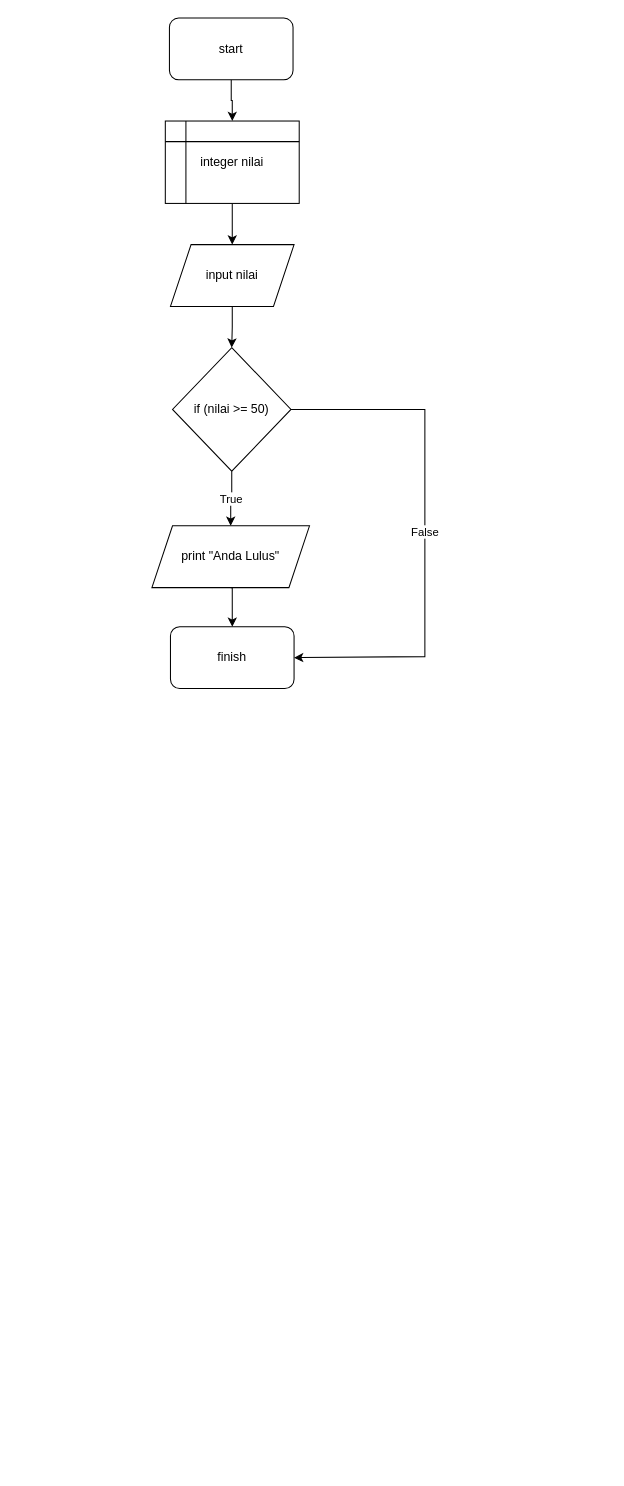
Above: ifMajemuk.drawio in rizalfadhlan/rizalfadhlan (draw.io), before the change. Source tidied: cells renumbered, new cells numbered last; positions are measured from the earlier drawing's top-left corner, leaving out a move shared by most shapes. Both pictures are drawn from the tidied source at 103%, with x=0, y=0 at pixel (151, 18).
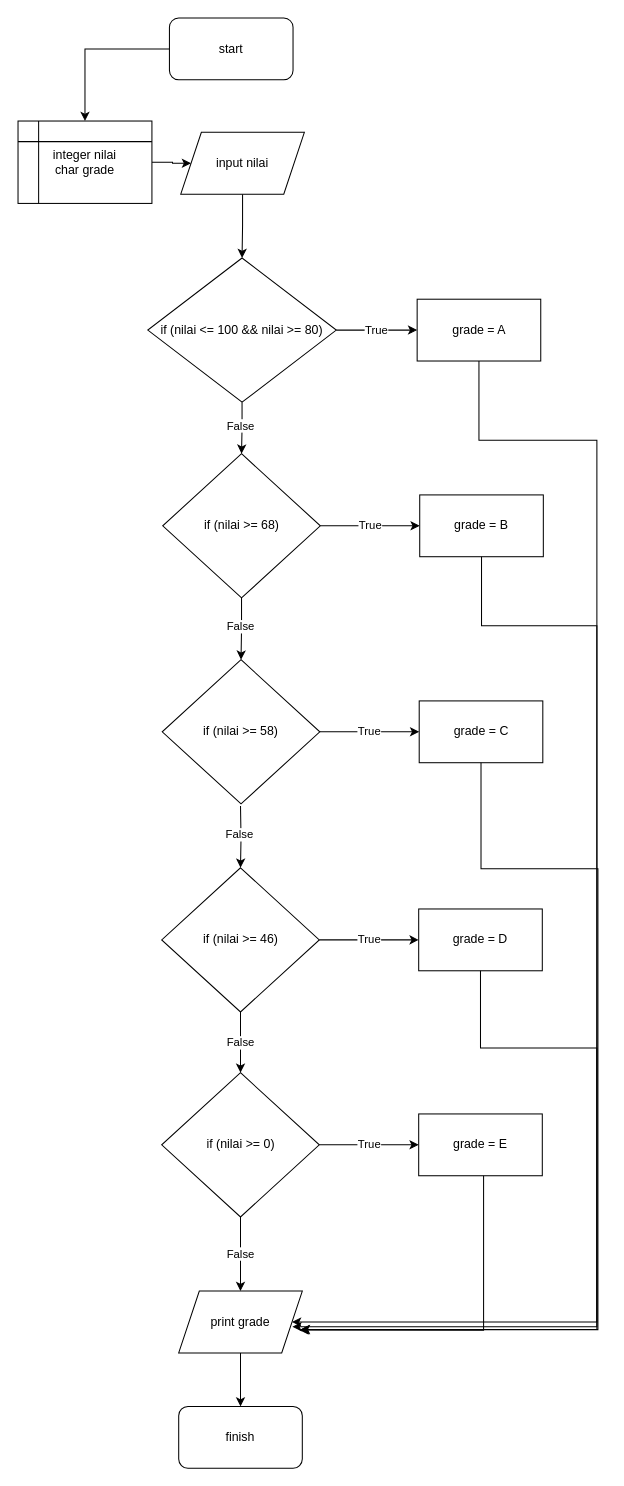
The same diagram, later.

The edit, as a diff of the source:
```diff
@@
     <mxCell id="4" value="finish" style="rounded=1;whiteSpace=wrap;html=1;" parent="1" vertex="1">
-      <mxGeometry x="18" y="591" width="120" height="60" as="geometry" />
+      <mxGeometry x="26" y="1348" width="120" height="60" as="geometry" />
     </mxCell>
@@
     <mxCell id="6" value="input nilai" style="shape=parallelogram;perimeter=parallelogramPerimeter;whiteSpace=wrap;html=1;fixedSize=1;" parent="1" vertex="1">
-      <mxGeometry x="18" y="220" width="120" height="60" as="geometry" />
+      <mxGeometry x="28" y="111" width="120" height="60" as="geometry" />
     </mxCell>
@@
-    <mxCell id="8" value="integer nilai" style="shape=internalStorage;whiteSpace=wrap;html=1;backgroundOutline=1;" parent="1" vertex="1">
-      <mxGeometry x="13" y="100" width="130" height="80" as="geometry" />
+    <mxCell id="8" value="integer nilai&lt;br&gt;char grade" style="shape=internalStorage;whiteSpace=wrap;html=1;backgroundOutline=1;" parent="1" vertex="1">
+      <mxGeometry x="-130" y="100" width="130" height="80" as="geometry" />
     </mxCell>
-    <mxCell id="9" value="False" style="edgeStyle=orthogonalEdgeStyle;rounded=0;jettySize=auto;html=1;exitX=1;exitY=0.5;exitDx=0;exitDy=0;entryX=1;entryY=0.5;entryDx=0;entryDy=0;" parent="1" edge="1" source="11" target="4">
-      <mxGeometry relative="1" as="geometry">
-        <Array as="points">
-          <mxPoint x="265" y="380" />
-          <mxPoint x="265" y="620" />
-          <mxPoint x="138" y="620" />
-        </Array>
-      </mxGeometry>
-    </mxCell>
-    <mxCell id="10" value="True" style="edgeStyle=orthogonalEdgeStyle;rounded=0;jettySize=auto;html=1;exitX=0.5;exitY=1;exitDx=0;exitDy=0;entryX=0.5;entryY=0;entryDx=0;entryDy=0;" parent="1" edge="1" source="11" target="13">
-      <mxGeometry relative="1" as="geometry" />
-    </mxCell>
+    <mxCell id="14" style="edgeStyle=orthogonalEdgeStyle;rounded=0;jettySize=auto;html=1;" parent="1" edge="1" source="11" target="18">
+      <mxGeometry relative="1" as="geometry" />
+    </mxCell>
+    <mxCell id="15" value="False" style="edgeLabel;html=1;align=center;verticalAlign=middle;" parent="14" vertex="1">
+      <mxGeometry x="-0.12" y="-2" relative="1" as="geometry" />
+    </mxCell>
+    <mxCell id="16" value="True" style="edgeStyle=orthogonalEdgeStyle;rounded=0;jettySize=auto;html=1;" parent="1" edge="1" source="11" target="30">
+      <mxGeometry relative="1" as="geometry" />
+    </mxCell>
-    <mxCell id="11" value="if (nilai &amp;gt;= 50)" style="rhombus;whiteSpace=wrap;html=1;" parent="1" vertex="1">
-      <mxGeometry x="20" y="320" width="115" height="120" as="geometry" />
+    <mxCell id="11" value="if (nilai &amp;lt;= 100 &amp;amp;&amp;amp; nilai &amp;gt;= 80)" style="rhombus;whiteSpace=wrap;html=1;" parent="1" vertex="1">
+      <mxGeometry x="-4" y="233" width="183" height="140" as="geometry" />
     </mxCell>
-    <mxCell id="12" style="edgeStyle=orthogonalEdgeStyle;rounded=0;jettySize=auto;html=1;exitX=0.5;exitY=1;exitDx=0;exitDy=0;entryX=0.5;entryY=0;entryDx=0;entryDy=0;" parent="1" edge="1" source="13" target="4">
-      <mxGeometry relative="1" as="geometry" />
-    </mxCell>
-    <mxCell id="13" value="print &quot;Anda Lulus&quot;" style="shape=parallelogram;perimeter=parallelogramPerimeter;whiteSpace=wrap;html=1;fixedSize=1;" parent="1" vertex="1">
-      <mxGeometry y="493" width="153" height="60" as="geometry" />
-    </mxCell>
+    <mxCell id="17" value="True" style="edgeStyle=orthogonalEdgeStyle;rounded=0;jettySize=auto;html=1;" parent="1" edge="1" source="18" target="19">
+      <mxGeometry relative="1" as="geometry" />
+    </mxCell>
+    <mxCell id="18" value="if (nilai &amp;gt;= 68)" style="rhombus;whiteSpace=wrap;html=1;" parent="1" vertex="1">
+      <mxGeometry x="10.5" y="423" width="153" height="140" as="geometry" />
+    </mxCell>
+    <mxCell id="19" value="grade = B" style="whiteSpace=wrap;html=1;" parent="1" vertex="1">
+      <mxGeometry x="260" y="463" width="120" height="60" as="geometry" />
+    </mxCell>
+    <mxCell id="20" style="edgeStyle=orthogonalEdgeStyle;rounded=0;jettySize=auto;html=1;exitX=0.5;exitY=1;exitDx=0;exitDy=0;" parent="1" edge="1" source="18" target="23">
+      <mxGeometry relative="1" as="geometry" />
+    </mxCell>
+    <mxCell id="21" value="False" style="edgeLabel;html=1;align=center;verticalAlign=middle;" parent="20" vertex="1">
+      <mxGeometry x="-0.12" y="-2" relative="1" as="geometry" />
+    </mxCell>
+    <mxCell id="22" value="True" style="edgeStyle=orthogonalEdgeStyle;rounded=0;jettySize=auto;html=1;" parent="1" edge="1" source="23" target="31">
+      <mxGeometry relative="1" as="geometry" />
+    </mxCell>
+    <mxCell id="23" value="if (nilai &amp;gt;= 58)" style="rhombus;whiteSpace=wrap;html=1;" parent="1" vertex="1">
+      <mxGeometry x="10" y="623" width="153" height="140" as="geometry" />
+    </mxCell>
+    <mxCell id="24" style="edgeStyle=orthogonalEdgeStyle;rounded=0;jettySize=auto;html=1;" parent="1" edge="1" target="28">
+      <mxGeometry relative="1" as="geometry">
+        <mxPoint x="86" y="765" as="sourcePoint" />
+      </mxGeometry>
+    </mxCell>
+    <mxCell id="25" value="False" style="edgeLabel;html=1;align=center;verticalAlign=middle;" parent="24" vertex="1">
+      <mxGeometry x="-0.12" y="-2" relative="1" as="geometry" />
+    </mxCell>
+    <mxCell id="26" value="True" style="edgeStyle=orthogonalEdgeStyle;rounded=0;jettySize=auto;html=1;" parent="1" edge="1" source="28" target="32">
+      <mxGeometry relative="1" as="geometry" />
+    </mxCell>
+    <mxCell id="27" value="False" style="edgeStyle=orthogonalEdgeStyle;rounded=0;jettySize=auto;html=1;" parent="1" edge="1" source="28" target="35">
+      <mxGeometry relative="1" as="geometry" />
+    </mxCell>
+    <mxCell id="28" value="if (nilai &amp;gt;= 46)" style="rhombus;whiteSpace=wrap;html=1;" parent="1" vertex="1">
+      <mxGeometry x="9.5" y="825" width="153" height="140" as="geometry" />
+    </mxCell>
+    <mxCell id="29" style="edgeStyle=orthogonalEdgeStyle;rounded=0;jettySize=auto;html=1;exitX=0.5;exitY=1;exitDx=0;exitDy=0;entryX=1;entryY=0.5;entryDx=0;entryDy=0;" parent="1" edge="1" source="30" target="38">
+      <mxGeometry relative="1" as="geometry">
+        <Array as="points">
+          <mxPoint x="318" y="410" />
+          <mxPoint x="432" y="410" />
+          <mxPoint x="432" y="1266" />
+        </Array>
+      </mxGeometry>
+    </mxCell>
+    <mxCell id="30" value="grade = A" style="whiteSpace=wrap;html=1;" parent="1" vertex="1">
+      <mxGeometry x="257.5" y="273" width="120" height="60" as="geometry" />
+    </mxCell>
+    <mxCell id="31" value="grade = C" style="whiteSpace=wrap;html=1;" parent="1" vertex="1">
+      <mxGeometry x="259.5" y="663" width="120" height="60" as="geometry" />
+    </mxCell>
+    <mxCell id="32" value="grade = D" style="whiteSpace=wrap;html=1;" parent="1" vertex="1">
+      <mxGeometry x="259" y="865" width="120" height="60" as="geometry" />
+    </mxCell>
+    <mxCell id="33" value="True" style="edgeStyle=orthogonalEdgeStyle;rounded=0;jettySize=auto;html=1;" parent="1" edge="1" source="35" target="36">
+      <mxGeometry relative="1" as="geometry" />
+    </mxCell>
+    <mxCell id="34" value="False" style="edgeStyle=orthogonalEdgeStyle;rounded=0;jettySize=auto;html=1;" parent="1" edge="1" source="35" target="38">
+      <mxGeometry relative="1" as="geometry" />
+    </mxCell>
+    <mxCell id="35" value="if (nilai &amp;gt;= 0)" style="rhombus;whiteSpace=wrap;html=1;" parent="1" vertex="1">
+      <mxGeometry x="9.5" y="1024" width="153" height="140" as="geometry" />
+    </mxCell>
+    <mxCell id="36" value="grade = E" style="whiteSpace=wrap;html=1;" parent="1" vertex="1">
+      <mxGeometry x="259" y="1064" width="120" height="60" as="geometry" />
+    </mxCell>
+    <mxCell id="37" style="edgeStyle=orthogonalEdgeStyle;rounded=0;jettySize=auto;html=1;" parent="1" edge="1" source="38" target="4">
+      <mxGeometry relative="1" as="geometry" />
+    </mxCell>
+    <mxCell id="38" value="print grade" style="shape=parallelogram;perimeter=parallelogramPerimeter;whiteSpace=wrap;html=1;fixedSize=1;" parent="1" vertex="1">
+      <mxGeometry x="26" y="1236" width="120" height="60" as="geometry" />
+    </mxCell>
+    <mxCell id="39" style="edgeStyle=orthogonalEdgeStyle;rounded=0;jettySize=auto;html=1;entryX=0.976;entryY=0.631;entryDx=0;entryDy=0;entryPerimeter=0;" parent="1" edge="1" source="36" target="38">
+      <mxGeometry relative="1" as="geometry">
+        <Array as="points">
+          <mxPoint x="322" y="1274" />
+        </Array>
+      </mxGeometry>
+    </mxCell>
+    <mxCell id="40" style="edgeStyle=orthogonalEdgeStyle;rounded=0;jettySize=auto;html=1;exitX=0.5;exitY=1;exitDx=0;exitDy=0;entryX=0.988;entryY=0.62;entryDx=0;entryDy=0;entryPerimeter=0;" parent="1" edge="1" source="32" target="38">
+      <mxGeometry relative="1" as="geometry">
+        <Array as="points">
+          <mxPoint x="319" y="1000" />
+          <mxPoint x="432" y="1000" />
+          <mxPoint x="432" y="1273" />
+        </Array>
+      </mxGeometry>
+    </mxCell>
+    <mxCell id="41" style="edgeStyle=orthogonalEdgeStyle;rounded=0;jettySize=auto;html=1;entryX=0.976;entryY=0.69;entryDx=0;entryDy=0;entryPerimeter=0;exitX=0.5;exitY=1;exitDx=0;exitDy=0;" parent="1" edge="1" source="31">
+      <mxGeometry relative="1" as="geometry">
+        <mxPoint x="144.1" y="1273.4" as="targetPoint" />
+        <Array as="points">
+          <mxPoint x="319" y="826" />
+          <mxPoint x="433" y="826" />
+          <mxPoint x="433" y="1273" />
+        </Array>
+      </mxGeometry>
+    </mxCell>
+    <mxCell id="42" style="edgeStyle=orthogonalEdgeStyle;rounded=0;jettySize=auto;html=1;entryX=0.92;entryY=0.575;entryDx=0;entryDy=0;entryPerimeter=0;" parent="1" edge="1" source="19" target="38">
+      <mxGeometry relative="1" as="geometry">
+        <Array as="points">
+          <mxPoint x="320" y="590" />
+          <mxPoint x="432" y="590" />
+          <mxPoint x="432" y="1270" />
+        </Array>
+      </mxGeometry>
+    </mxCell>
```
